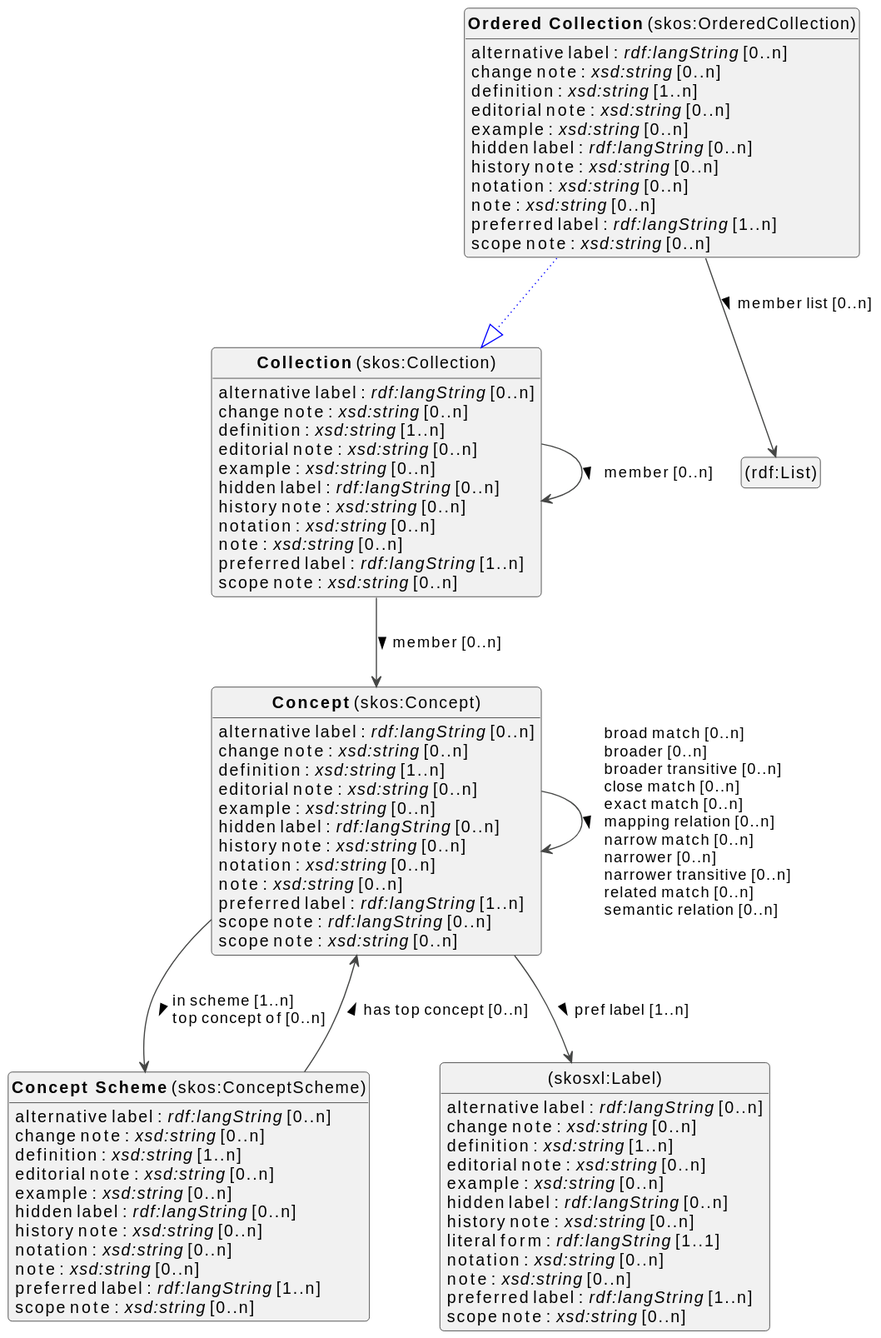
Above: docs/metadata/knowledge-graph/0.0.1/thesauri/en/thesauri-diagram.svg in viaacode/documentation-jekyll (PlantUML), before the change.
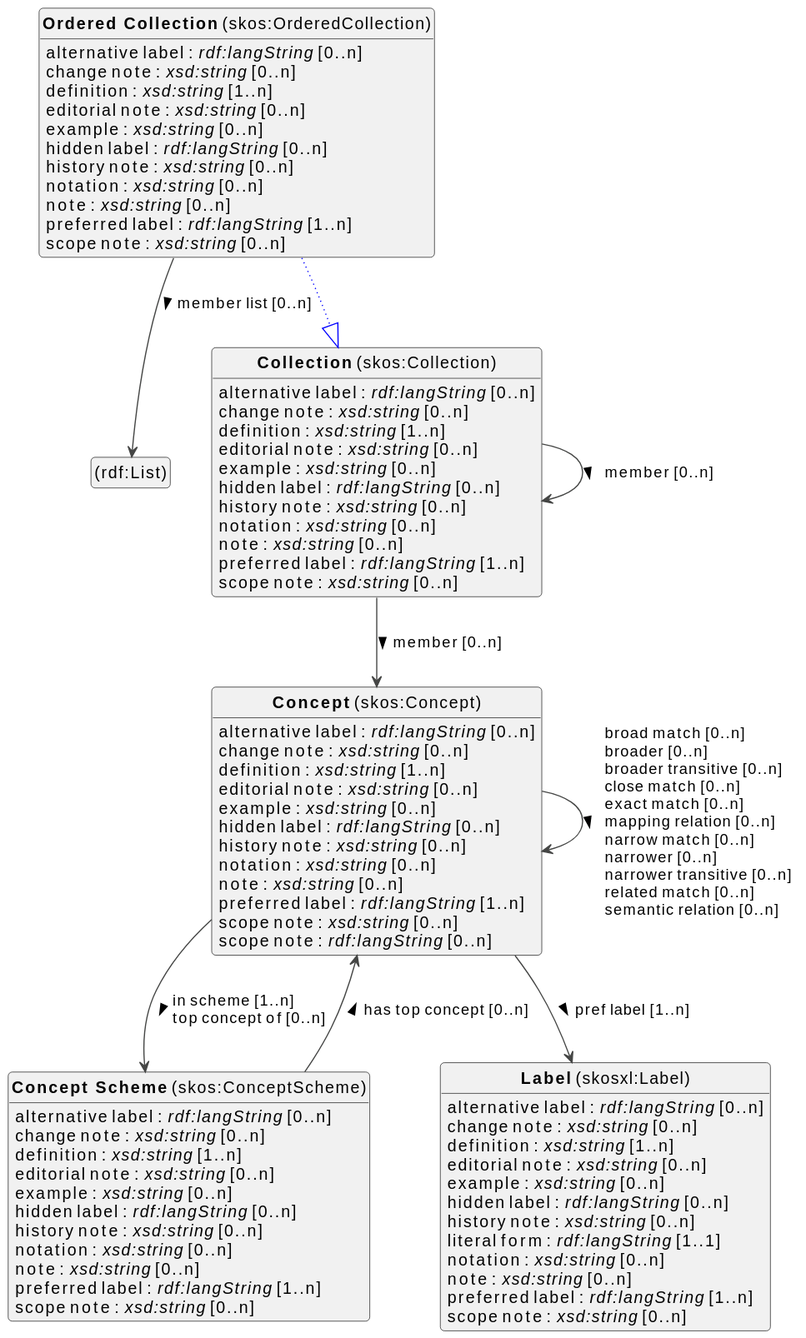
Later version of the same file.

Diff of the diagram source:
```diff
@@ -10,13 +10,15 @@
 top to bottom direction
 
 
-class "<b>Collection</b> (skos:Collection)" as skos_Collection [[#skos%3ACollection]]
-class "<b>Ordered Collection</b> (skos:OrderedCollection)" as skos_OrderedCollection [[#skos%3AOrderedCollection]]
+class "(rdf:List)" as rdf_List [[#rdf%3AList]]
 class "<b>Collection</b> (skos:Collection)" as skos_Collection [[#skos%3ACollection]]
 class "<b>Concept</b> (skos:Concept)" as skos_Concept [[#skos%3AConcept]]
 class "<b>Concept Scheme</b> (skos:ConceptScheme)" as skos_ConceptScheme [[#skos%3AConceptScheme]]
-class "(skosxl:Label)" as skosxl_Label [[#skosxl%3ALabel]]
-class "(rdf:List)" as rdf_List [[#rdf%3AList]]
+class "<b>Label</b> (skosxl:Label)" as skosxl_Label [[#skosxl%3ALabel]]
+class "<b>Ordered Collection</b> (skos:OrderedCollection)" as skos_OrderedCollection [[#skos%3AOrderedCollection]]
+class "<b>Collection</b> (skos:Collection)" as skos_Collection [[#skos%3ACollection]]
+
+
 
 
 skos_Collection : alternative label : <i>rdf:langString</i> [0..n]
@@ -35,23 +37,6 @@
 skos_Collection --> skos_Concept :member [0..n]  >
 
 
-skos_OrderedCollection --|> skos_Collection #blue;line.dotted;text:blue
-
-skos_OrderedCollection : alternative label : <i>rdf:langString</i> [0..n]
-skos_OrderedCollection : change note : <i>xsd:string</i> [0..n]
-skos_OrderedCollection : definition : <i>xsd:string</i> [1..n]
-skos_OrderedCollection : editorial note : <i>xsd:string</i> [0..n]
-skos_OrderedCollection : example : <i>xsd:string</i> [0..n]
-skos_OrderedCollection : hidden label : <i>rdf:langString</i> [0..n]
-skos_OrderedCollection : history note : <i>xsd:string</i> [0..n]
-skos_OrderedCollection : notation : <i>xsd:string</i> [0..n]
-skos_OrderedCollection : note : <i>xsd:string</i> [0..n]
-skos_OrderedCollection : preferred label : <i>rdf:langString</i> [1..n]
-skos_OrderedCollection : scope note : <i>xsd:string</i> [0..n]
-skos_OrderedCollection --> rdf_List :member list [0..n]  >
-
-
-
 
 skos_Concept : alternative label : <i>rdf:langString</i> [0..n]
 skos_Concept : change note : <i>xsd:string</i> [0..n]
@@ -63,8 +48,8 @@
 skos_Concept : notation : <i>xsd:string</i> [0..n]
 skos_Concept : note : <i>xsd:string</i> [0..n]
 skos_Concept : preferred label : <i>rdf:langString</i> [1..n]
+skos_Concept : scope note : <i>xsd:string</i> [0..n]
 skos_Concept : scope note : <i>rdf:langString</i> [0..n]
-skos_Concept : scope note : <i>xsd:string</i> [0..n]
 
 skos_Concept --> skos_Concept :broad match [0..n]  \lbroader [0..n]  \lbroader transitive [0..n]  \lclose match [0..n]  \lexact match [0..n]  \lmapping relation [0..n]  \lnarrow match [0..n]  \lnarrower [0..n]  \lnarrower transitive [0..n]  \lrelated match [0..n]  \lsemantic relation [0..n]  >
 skos_Concept --> skos_ConceptScheme :in scheme [1..n]  \ltop concept of [0..n]  >
@@ -103,6 +88,21 @@
 
 
 
+skos_OrderedCollection --|> skos_Collection #blue;line.dotted;text:blue
+
+skos_OrderedCollection : alternative label : <i>rdf:langString</i> [0..n]
+skos_OrderedCollection : change note : <i>xsd:string</i> [0..n]
+skos_OrderedCollection : definition : <i>xsd:string</i> [1..n]
+skos_OrderedCollection : editorial note : <i>xsd:string</i> [0..n]
+skos_OrderedCollection : example : <i>xsd:string</i> [0..n]
+skos_OrderedCollection : hidden label : <i>rdf:langString</i> [0..n]
+skos_OrderedCollection : history note : <i>xsd:string</i> [0..n]
+skos_OrderedCollection : notation : <i>xsd:string</i> [0..n]
+skos_OrderedCollection : note : <i>xsd:string</i> [0..n]
+skos_OrderedCollection : preferred label : <i>rdf:langString</i> [1..n]
+skos_OrderedCollection : scope note : <i>xsd:string</i> [0..n]
+skos_OrderedCollection --> rdf_List :member list [0..n]  >
+
 
 
 
```
